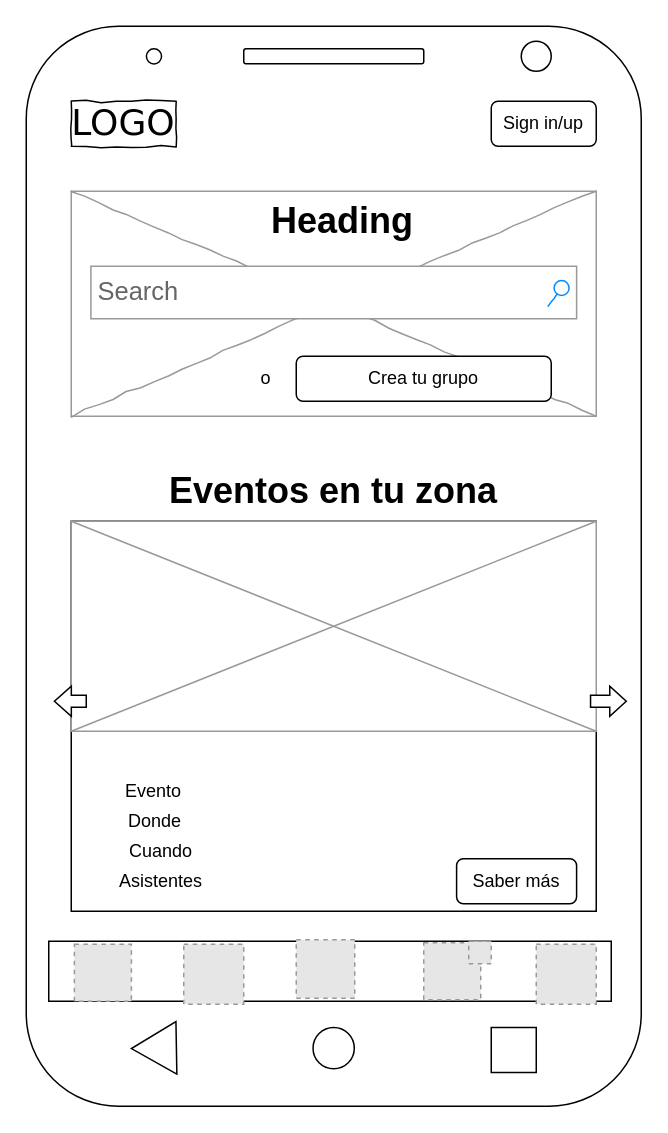
Before: P2/sketch/PagPrincipal(1).drawio in PepeNavarro7/DIU20, a draw.io diagram. Source tidied: cells renumbered, new cells numbered last; positions are measured from the earlier drawing's top-left corner, leaving out a move shared by most shapes. Both pictures are drawn from the tidied source at 150%, with x=0, y=0 at pixel (26, 26). Pictures stored in the file or linked from it are replaced by grey dashed boxes.
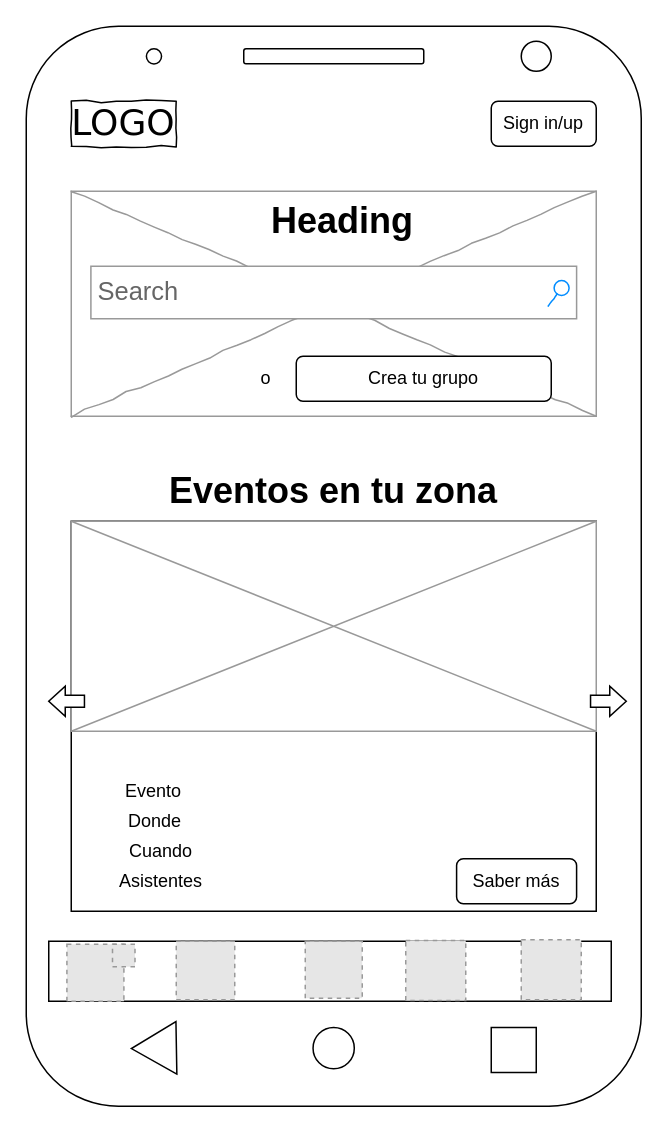
The same page after the edit.

Commit message:
Pagina principal finalizada

What changed in the source:
```diff
@@
-    <mxCell id="26" style="html=1;shadow=0;dashed=0;align=center;verticalAlign=middle;shape=mxgraph.arrows2.arrow;dy=0.6;dx=11.25;notch=0;fontSize=24;rotation=-180;" parent="1" vertex="1">
-      <mxGeometry x="18.8" y="440" width="21.2" height="20" as="geometry" />
-    </mxCell>
@@
     <mxCell id="28" style="fillColor=#E6E6E6;strokeColor=#999999;dashed=1;verticalLabelPosition=bottom;verticalAlign=top;" parent="1" vertex="1">
-      <mxGeometry x="32.1" y="612" width="38" height="38" as="geometry" />
+      <mxGeometry x="186" y="610" width="38" height="38" as="geometry" />
     </mxCell>
     <mxCell id="29" style="fillColor=#E6E6E6;strokeColor=#999999;dashed=1;verticalLabelPosition=bottom;verticalAlign=top;" parent="1" vertex="1">
-      <mxGeometry x="180" y="609" width="39" height="39" as="geometry" />
+      <mxGeometry x="100" y="610" width="39" height="39" as="geometry" />
     </mxCell>
     <mxCell id="30" style="fillColor=#E6E6E6;strokeColor=#999999;dashed=1;verticalLabelPosition=bottom;verticalAlign=top;" parent="1" vertex="1">
-      <mxGeometry x="340" y="612" width="40" height="40" as="geometry" />
+      <mxGeometry x="330" y="609" width="40" height="40" as="geometry" />
     </mxCell>
     <mxCell id="31" style="fillColor=#E6E6E6;strokeColor=#999999;dashed=1;verticalLabelPosition=bottom;verticalAlign=top;" parent="1" vertex="1">
-      <mxGeometry x="105" y="612" width="40" height="40" as="geometry" />
+      <mxGeometry x="253" y="609.5" width="40" height="40" as="geometry" />
     </mxCell>
     <mxCell id="32" style="fillColor=#E6E6E6;strokeColor=#999999;dashed=1;verticalLabelPosition=bottom;verticalAlign=top;" parent="1" vertex="1">
-      <mxGeometry x="265" y="611" width="38" height="38" as="geometry" />
+      <mxGeometry x="27.1" y="612" width="38" height="38" as="geometry" />
     </mxCell>
     <mxCell id="33" style="fillColor=#E6E6E6;strokeColor=#999999;dashed=1;verticalLabelPosition=bottom;verticalAlign=top;" parent="1" vertex="1">
-      <mxGeometry x="295" y="610" width="15" height="15" as="geometry" />
+      <mxGeometry x="57.5" y="612" width="15" height="15" as="geometry" />
     </mxCell>
+    <mxCell id="34" style="html=1;shadow=0;dashed=0;align=center;verticalAlign=middle;shape=mxgraph.arrows2.arrow;dy=0.6;dx=11;notch=0;fontSize=24;rotation=-180;" parent="1" vertex="1">
+      <mxGeometry x="15" y="440" width="23.8" height="20" as="geometry" />
+    </mxCell>
```
